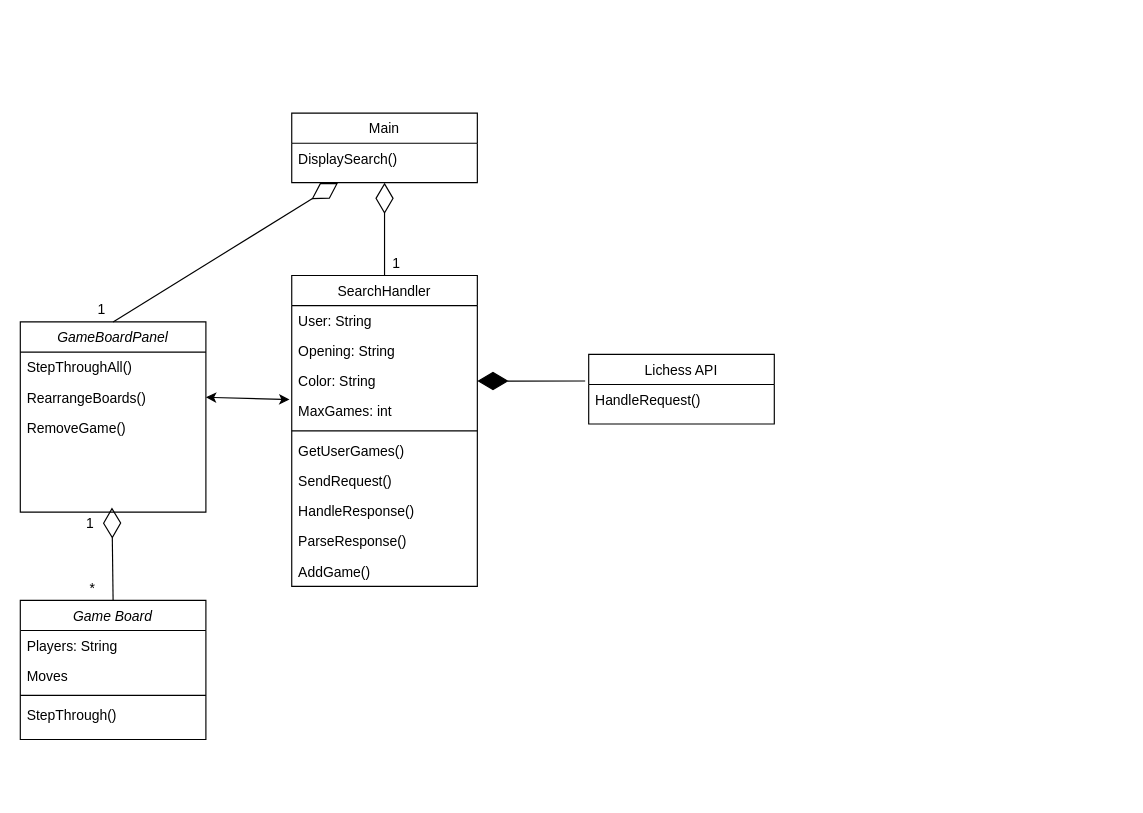
The draw.io diagram UML.drawio in CIS3296SoftwareDesignF21/Lichess-Multi-Board-Analysis-Tool, before the edit. Source tidied: cells renumbered, new cells numbered last; positions are measured from the earlier drawing's top-left corner, leaving out a move shared by most shapes. Both pictures are drawn from the tidied source at 116%, with x=0, y=0 at pixel (20, 113).
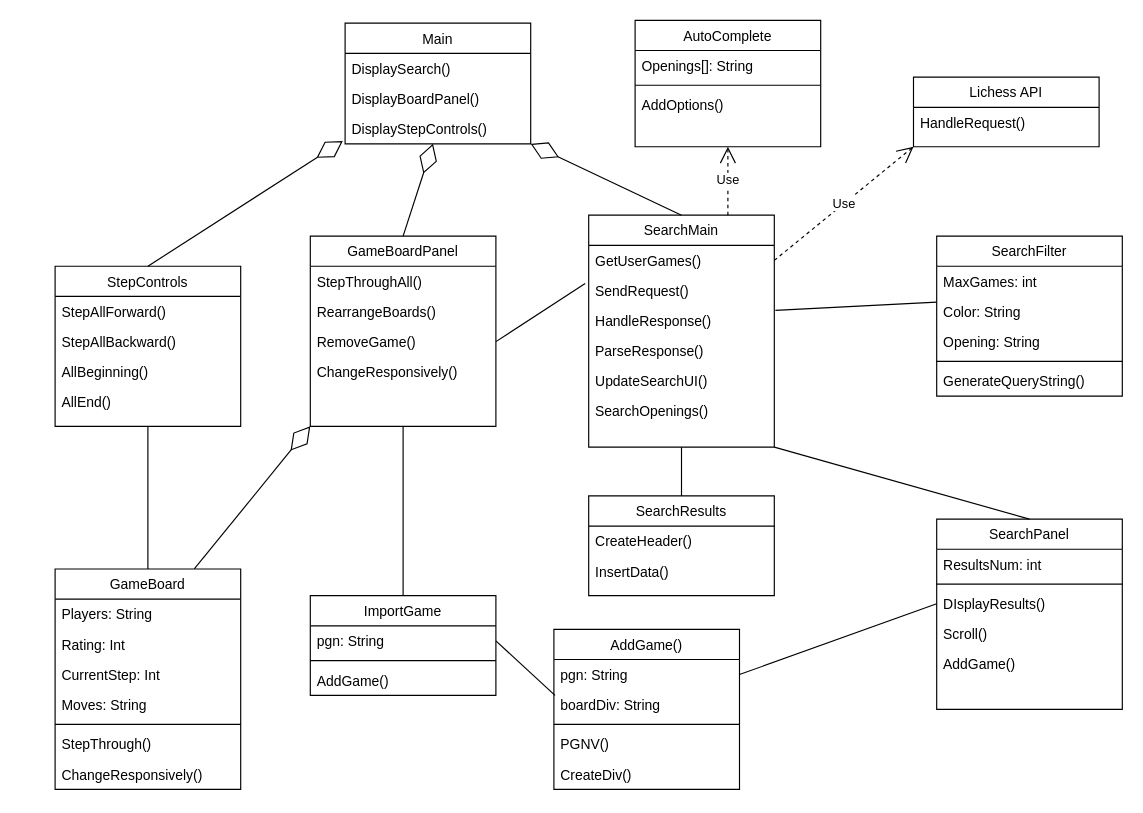
The same page after the edit.

The change refers to these unchanged cells:
```xml
<mxCell id="4" value="RearrangeBoards()" style="text;align=left;verticalAlign=top;spacingLeft=4;spacingRight=4;overflow=hidden;points=[[0,0.5],[1,0.5]];portConstraint=eastwest;" parent="2" vertex="1">
  <mxGeometry y="52" width="160" height="26" as="geometry" />
</mxCell>
<mxCell id="5" value="RemoveGame()" style="text;align=left;verticalAlign=top;spacingLeft=4;spacingRight=4;overflow=hidden;points=[[0,0.5],[1,0.5]];portConstraint=eastwest;" parent="2" vertex="1">
  <mxGeometry y="78" width="160" height="26" as="geometry" />
</mxCell>
```

Diff of the diagram source:
```diff
@@
-    <mxCell id="2" value="GameBoardPanel" style="swimlane;fontStyle=2;align=center;verticalAlign=top;horizontal=1;startSize=26;rounded=0;shadow=0;strokeWidth=1;" parent="1" vertex="1">
-      <mxGeometry y="180" width="160" height="164" as="geometry" />
+    <mxCell id="2" value="GameBoardPanel" style="swimlane;fontStyle=0;align=center;verticalAlign=top;horizontal=1;startSize=26;rounded=0;shadow=0;strokeWidth=1;" parent="1" vertex="1">
+      <mxGeometry x="250" y="106" width="160" height="164" as="geometry" />
     </mxCell>
@@
+    <mxCell id="35" value="ChangeResponsively()" style="text;align=left;verticalAlign=top;spacingLeft=4;spacingRight=4;overflow=hidden;" parent="2" vertex="1">
+      <mxGeometry y="104" width="160" height="26" as="geometry" />
+    </mxCell>
     <mxCell id="6" value="Main" style="swimlane;fontStyle=0;align=center;verticalAlign=top;horizontal=1;startSize=26;rounded=0;shadow=0;strokeWidth=1;" parent="1" vertex="1">
-      <mxGeometry x="234" width="160" height="60" as="geometry" />
+      <mxGeometry x="280" y="-77.5" width="160" height="104" as="geometry" />
     </mxCell>
@@
+    <mxCell id="36" value="DisplayBoardPanel()" style="text;align=left;verticalAlign=top;spacingLeft=4;spacingRight=4;overflow=hidden;" parent="6" vertex="1">
+      <mxGeometry y="52" width="160" height="26" as="geometry" />
+    </mxCell>
+    <mxCell id="37" value="DisplayStepControls()" style="text;align=left;verticalAlign=top;spacingLeft=4;spacingRight=4;overflow=hidden;points=[[0,0.5],[1,0.5]];portConstraint=eastwest;" parent="6" vertex="1">
+      <mxGeometry y="78" width="160" height="26" as="geometry" />
+    </mxCell>
-    <mxCell id="8" value="SearchHandler" style="swimlane;fontStyle=0;align=center;verticalAlign=top;horizontal=1;startSize=26;rounded=0;shadow=0;strokeWidth=1;" parent="1" vertex="1">
-      <mxGeometry x="234" y="140" width="160" height="268" as="geometry" />
+    <mxCell id="8" value="SearchMain" style="swimlane;fontStyle=0;align=center;verticalAlign=top;horizontal=1;startSize=26;rounded=0;shadow=0;strokeWidth=1;" parent="1" vertex="1">
+      <mxGeometry x="490" y="88" width="160" height="200" as="geometry" />
     </mxCell>
-    <mxCell id="9" value="User: String" style="text;align=left;verticalAlign=top;spacingLeft=4;spacingRight=4;overflow=hidden;" parent="8" vertex="1">
-      <mxGeometry y="26" width="160" height="26" as="geometry" />
-    </mxCell>
-    <mxCell id="10" value="Opening: String" style="text;align=left;verticalAlign=top;spacingLeft=4;spacingRight=4;overflow=hidden;rounded=0;shadow=0;html=0;" parent="8" vertex="1">
-      <mxGeometry y="52" width="160" height="26" as="geometry" />
-    </mxCell>
-    <mxCell id="11" value="Color: String" style="text;align=left;verticalAlign=top;spacingLeft=4;spacingRight=4;overflow=hidden;points=[[0,0.5],[1,0.5]];portConstraint=eastwest;rounded=0;shadow=0;html=0;" parent="8" vertex="1">
-      <mxGeometry y="78" width="160" height="26" as="geometry" />
-    </mxCell>
-    <mxCell id="12" value="MaxGames: int" style="text;align=left;verticalAlign=top;spacingLeft=4;spacingRight=4;overflow=hidden;points=[[0,0.5],[1,0.5]];portConstraint=eastwest;rounded=0;shadow=0;html=0;" parent="8" vertex="1">
-      <mxGeometry y="104" width="160" height="26" as="geometry" />
-    </mxCell>
-    <mxCell id="13" style="line;html=1;strokeWidth=1;align=left;verticalAlign=middle;spacingTop=-1;spacingLeft=3;spacingRight=3;labelPosition=right;" parent="8" vertex="1">
-      <mxGeometry y="130" width="160" height="8" as="geometry" />
-    </mxCell>
     <mxCell id="14" value="GetUserGames()" style="text;align=left;verticalAlign=top;spacingLeft=4;spacingRight=4;overflow=hidden;points=[[0,0.5],[1,0.5]];portConstraint=eastwest;" parent="8" vertex="1">
-      <mxGeometry y="138" width="160" height="26" as="geometry" />
+      <mxGeometry y="26" width="160" height="26" as="geometry" />
     </mxCell>
     <mxCell id="15" value="SendRequest()" style="text;align=left;verticalAlign=top;spacingLeft=4;spacingRight=4;overflow=hidden;points=[[0,0.5],[1,0.5]];portConstraint=eastwest;" parent="8" vertex="1">
-      <mxGeometry y="164" width="160" height="26" as="geometry" />
+      <mxGeometry y="52" width="160" height="26" as="geometry" />
     </mxCell>
     <mxCell id="16" value="HandleResponse()" style="text;align=left;verticalAlign=top;spacingLeft=4;spacingRight=4;overflow=hidden;points=[[0,0.5],[1,0.5]];portConstraint=eastwest;" parent="8" vertex="1">
-      <mxGeometry y="190" width="160" height="26" as="geometry" />
+      <mxGeometry y="78" width="160" height="26" as="geometry" />
     </mxCell>
     <mxCell id="17" value="ParseResponse()" style="text;align=left;verticalAlign=top;spacingLeft=4;spacingRight=4;overflow=hidden;" parent="8" vertex="1">
-      <mxGeometry y="216" width="160" height="26" as="geometry" />
+      <mxGeometry y="104" width="160" height="26" as="geometry" />
     </mxCell>
-    <mxCell id="18" value="AddGame()" style="text;align=left;verticalAlign=top;spacingLeft=4;spacingRight=4;overflow=hidden;" parent="8" vertex="1">
-      <mxGeometry y="242" width="160" height="26" as="geometry" />
-    </mxCell>
+    <mxCell id="38" value="UpdateSearchUI()" style="text;align=left;verticalAlign=top;spacingLeft=4;spacingRight=4;overflow=hidden;" parent="8" vertex="1">
+      <mxGeometry y="130" width="160" height="26" as="geometry" />
+    </mxCell>
+    <mxCell id="39" value="SearchOpenings()" style="text;align=left;verticalAlign=top;spacingLeft=4;spacingRight=4;overflow=hidden;" parent="8" vertex="1">
+      <mxGeometry y="156" width="160" height="26" as="geometry" />
+    </mxCell>
     <mxCell id="19" value="Lichess API" style="swimlane;fontStyle=0;align=center;verticalAlign=top;horizontal=1;startSize=26;rounded=0;shadow=0;strokeWidth=1;" parent="1" vertex="1">
-      <mxGeometry x="490" y="208" width="160" height="60" as="geometry" />
+      <mxGeometry x="770" y="-31" width="160" height="60" as="geometry" />
     </mxCell>
@@
-    <mxCell id="21" style="endArrow=diamondThin;endFill=1;endSize=24;html=1;exitX=-0.019;exitY=0.383;exitDx=0;exitDy=0;exitPerimeter=0;entryX=1;entryY=0.5;entryDx=0;entryDy=0;" parent="1" edge="1" source="19" target="11">
-      <mxGeometry relative="1" as="geometry" />
-    </mxCell>
-    <mxCell id="22" style="endArrow=diamondThin;endFill=0;endSize=24;html=1;entryX=0.5;entryY=1;entryDx=0;entryDy=0;exitX=0.5;exitY=0;exitDx=0;exitDy=0;" parent="1" edge="1" source="8" target="6">
+    <mxCell id="22" style="endArrow=diamondThin;endFill=0;endSize=24;html=1;entryX=1;entryY=1;entryDx=0;entryDy=0;exitX=0.5;exitY=0;exitDx=0;exitDy=0;" parent="1" edge="1" source="8" target="6">
       <mxGeometry relative="1" as="geometry" />
     </mxCell>
-    <mxCell id="23" style="endArrow=diamondThin;endFill=0;endSize=24;html=1;entryX=0.25;entryY=1;entryDx=0;entryDy=0;exitX=0.5;exitY=0;exitDx=0;exitDy=0;" parent="1" edge="1" source="2" target="6">
+    <mxCell id="23" style="endArrow=diamondThin;endFill=0;endSize=24;html=1;exitX=0.5;exitY=0;exitDx=0;exitDy=0;" parent="1" edge="1" source="2" target="37">
       <mxGeometry relative="1" as="geometry" />
     </mxCell>
+    <mxCell id="33" style="endArrow=diamondThin;endFill=0;endSize=24;html=1;exitX=0.75;exitY=0;exitDx=0;exitDy=0;startArrow=none;entryX=0;entryY=1;entryDx=0;entryDy=0;" parent="1" edge="1" source="24" target="2">
+      <mxGeometry relative="1" as="geometry" />
+    </mxCell>
+    <mxCell id="40" style="endArrow=none;html=1;rounded=0;entryX=-0.019;entryY=0.269;entryDx=0;entryDy=0;entryPerimeter=0;exitX=1;exitY=0.5;exitDx=0;exitDy=0;" parent="1" edge="1" source="5" target="15">
+      <mxGeometry relative="1" as="geometry" />
+    </mxCell>
+    <mxCell id="41" value="SearchPanel" style="swimlane;fontStyle=0;align=center;verticalAlign=top;horizontal=1;startSize=26;rounded=0;shadow=0;strokeWidth=1;" parent="1" vertex="1">
+      <mxGeometry x="790" y="350" width="160" height="164" as="geometry" />
+    </mxCell>
+    <mxCell id="42" value="ResultsNum: int" style="text;align=left;verticalAlign=top;spacingLeft=4;spacingRight=4;overflow=hidden;rounded=0;shadow=0;html=0;" parent="41" vertex="1">
+      <mxGeometry y="26" width="160" height="26" as="geometry" />
+    </mxCell>
+    <mxCell id="43" style="line;html=1;strokeWidth=1;align=left;verticalAlign=middle;spacingTop=-1;spacingLeft=3;spacingRight=3;labelPosition=right;" parent="41" vertex="1">
+      <mxGeometry y="52" width="160" height="8" as="geometry" />
+    </mxCell>
+    <mxCell id="44" value="DIsplayResults()" style="text;align=left;verticalAlign=top;spacingLeft=4;spacingRight=4;overflow=hidden;points=[[0,0.5],[1,0.5]];portConstraint=eastwest;" parent="41" vertex="1">
+      <mxGeometry y="60" width="160" height="26" as="geometry" />
+    </mxCell>
+    <mxCell id="45" value="Scroll()" style="text;align=left;verticalAlign=top;spacingLeft=4;spacingRight=4;overflow=hidden;" parent="41" vertex="1">
+      <mxGeometry y="86" width="160" height="26" as="geometry" />
+    </mxCell>
+    <mxCell id="46" value="AddGame()" style="text;align=left;verticalAlign=top;spacingLeft=4;spacingRight=4;overflow=hidden;" parent="41" vertex="1">
+      <mxGeometry y="112" width="160" height="26" as="geometry" />
+    </mxCell>
+    <mxCell id="47" value="SearchFilter" style="swimlane;fontStyle=0;align=center;verticalAlign=top;horizontal=1;startSize=26;rounded=0;shadow=0;strokeWidth=1;" parent="1" vertex="1">
+      <mxGeometry x="790" y="106" width="160" height="138" as="geometry" />
+    </mxCell>
+    <mxCell id="12" value="MaxGames: int" style="text;align=left;verticalAlign=top;spacingLeft=4;spacingRight=4;overflow=hidden;points=[[0,0.5],[1,0.5]];portConstraint=eastwest;rounded=0;shadow=0;html=0;" parent="47" vertex="1">
+      <mxGeometry y="26" width="160" height="26" as="geometry" />
+    </mxCell>
+    <mxCell id="11" value="Color: String" style="text;align=left;verticalAlign=top;spacingLeft=4;spacingRight=4;overflow=hidden;points=[[0,0.5],[1,0.5]];portConstraint=eastwest;rounded=0;shadow=0;html=0;" parent="47" vertex="1">
+      <mxGeometry y="52" width="160" height="26" as="geometry" />
+    </mxCell>
+    <mxCell id="10" value="Opening: String" style="text;align=left;verticalAlign=top;spacingLeft=4;spacingRight=4;overflow=hidden;rounded=0;shadow=0;html=0;" parent="47" vertex="1">
+      <mxGeometry y="78" width="160" height="26" as="geometry" />
+    </mxCell>
+    <mxCell id="48" style="line;html=1;strokeWidth=1;align=left;verticalAlign=middle;spacingTop=-1;spacingLeft=3;spacingRight=3;labelPosition=right;" parent="47" vertex="1">
+      <mxGeometry y="104" width="160" height="8" as="geometry" />
+    </mxCell>
+    <mxCell id="49" value="GenerateQueryString()" style="text;align=left;verticalAlign=top;spacingLeft=4;spacingRight=4;overflow=hidden;" parent="47" vertex="1">
+      <mxGeometry y="112" width="160" height="26" as="geometry" />
+    </mxCell>
+    <mxCell id="50" value="Use" style="endArrow=open;endSize=12;dashed=1;html=1;rounded=0;exitX=1;exitY=0.5;exitDx=0;exitDy=0;entryX=0;entryY=1;entryDx=0;entryDy=0;" parent="1" edge="1" source="14" target="19">
+      <mxGeometry relative="1" as="geometry" />
+    </mxCell>
+    <mxCell id="51" style="endArrow=none;html=1;rounded=0;entryX=0;entryY=1.192;entryDx=0;entryDy=0;exitX=1.006;exitY=0.154;exitDx=0;exitDy=0;exitPerimeter=0;entryPerimeter=0;" parent="1" edge="1" source="16" target="12">
+      <mxGeometry relative="1" as="geometry" />
+    </mxCell>
+    <mxCell id="52" style="endArrow=none;html=1;rounded=0;entryX=1;entryY=1;entryDx=0;entryDy=0;exitX=0.5;exitY=0;exitDx=0;exitDy=0;" parent="1" edge="1" source="41" target="8">
+      <mxGeometry relative="1" as="geometry" />
+    </mxCell>
-    <mxCell id="24" value="Game Board" style="swimlane;fontStyle=2;align=center;verticalAlign=top;horizontal=1;startSize=26;rounded=0;shadow=0;strokeWidth=1;" parent="1" vertex="1">
-      <mxGeometry y="420" width="160" height="120" as="geometry" />
+    <mxCell id="24" value="GameBoard" style="swimlane;fontStyle=0;align=center;verticalAlign=top;horizontal=1;startSize=26;rounded=0;shadow=0;strokeWidth=1;" parent="1" vertex="1">
+      <mxGeometry x="30" y="393" width="160" height="190" as="geometry" />
     </mxCell>
@@
+    <mxCell id="53" value="Rating: Int" style="text;align=left;verticalAlign=top;spacingLeft=4;spacingRight=4;overflow=hidden;" parent="24" vertex="1">
+      <mxGeometry y="52" width="160" height="26" as="geometry" />
+    </mxCell>
+    <mxCell id="54" value="CurrentStep: Int" style="text;align=left;verticalAlign=top;spacingLeft=4;spacingRight=4;overflow=hidden;rounded=0;shadow=0;html=0;" parent="24" vertex="1">
+      <mxGeometry y="78" width="160" height="26" as="geometry" />
+    </mxCell>
-    <mxCell id="26" value="Moves" style="text;align=left;verticalAlign=top;spacingLeft=4;spacingRight=4;overflow=hidden;rounded=0;shadow=0;html=0;" parent="24" vertex="1">
-      <mxGeometry y="52" width="160" height="26" as="geometry" />
+    <mxCell id="26" value="Moves: String" style="text;align=left;verticalAlign=top;spacingLeft=4;spacingRight=4;overflow=hidden;rounded=0;shadow=0;html=0;" parent="24" vertex="1">
+      <mxGeometry y="104" width="160" height="26" as="geometry" />
     </mxCell>
     <mxCell id="27" style="line;html=1;strokeWidth=1;align=left;verticalAlign=middle;spacingTop=-1;spacingLeft=3;spacingRight=3;labelPosition=right;" parent="24" vertex="1">
-      <mxGeometry y="78" width="160" height="8" as="geometry" />
+      <mxGeometry y="130" width="160" height="8" as="geometry" />
     </mxCell>
     <mxCell id="28" value="StepThrough()" style="text;align=left;verticalAlign=top;spacingLeft=4;spacingRight=4;overflow=hidden;" parent="24" vertex="1">
-      <mxGeometry y="86" width="160" height="26" as="geometry" />
+      <mxGeometry y="138" width="160" height="26" as="geometry" />
     </mxCell>
-    <mxCell id="29" value="1" style="text;html=1;align=center;verticalAlign=middle;strokeColor=none;fillColor=none;" parent="1" vertex="1">
-      <mxGeometry x="50" y="344" width="20" height="20" as="geometry" />
-    </mxCell>
-    <mxCell id="30" value="1" style="text;html=1;align=center;verticalAlign=middle;strokeColor=none;fillColor=none;" parent="1" vertex="1">
-      <mxGeometry x="314" y="120" width="20" height="20" as="geometry" />
-    </mxCell>
-    <mxCell id="31" value="1" style="text;html=1;align=center;verticalAlign=middle;strokeColor=none;fillColor=none;" parent="1" vertex="1">
-      <mxGeometry x="60" y="160" width="20" height="20" as="geometry" />
-    </mxCell>
-    <mxCell id="32" value="*" style="text;html=1;align=center;verticalAlign=middle;strokeColor=none;fillColor=none;" parent="1" vertex="1">
-      <mxGeometry x="52" y="400" width="20" height="20" as="geometry" />
-    </mxCell>
-    <mxCell id="33" style="endArrow=diamondThin;endFill=0;endSize=24;html=1;exitX=0.5;exitY=0;exitDx=0;exitDy=0;" parent="1" edge="1">
-      <mxGeometry relative="1" as="geometry">
-        <mxPoint x="80" y="420" as="sourcePoint" />
-        <mxPoint x="79" y="340" as="targetPoint" />
-      </mxGeometry>
-    </mxCell>
-    <mxCell id="34" style="endArrow=classic;startArrow=classic;html=1;exitX=1;exitY=0.5;exitDx=0;exitDy=0;entryX=-0.012;entryY=0.115;entryDx=0;entryDy=0;entryPerimeter=0;" parent="1" edge="1" source="4" target="12">
-      <mxGeometry relative="1" as="geometry" />
-    </mxCell>
+    <mxCell id="55" value="ChangeResponsively()" style="text;align=left;verticalAlign=top;spacingLeft=4;spacingRight=4;overflow=hidden;" parent="24" vertex="1">
+      <mxGeometry y="164" width="160" height="26" as="geometry" />
+    </mxCell>
+    <mxCell id="56" value="SearchResults" style="swimlane;fontStyle=0;align=center;verticalAlign=top;horizontal=1;startSize=26;rounded=0;shadow=0;strokeWidth=1;" parent="1" vertex="1">
+      <mxGeometry x="490" y="330" width="160" height="86" as="geometry" />
+    </mxCell>
+    <mxCell id="57" value="CreateHeader()" style="text;align=left;verticalAlign=top;spacingLeft=4;spacingRight=4;overflow=hidden;" parent="56" vertex="1">
+      <mxGeometry y="26" width="160" height="26" as="geometry" />
+    </mxCell>
+    <mxCell id="58" value="InsertData()" style="text;align=left;verticalAlign=top;spacingLeft=4;spacingRight=4;overflow=hidden;" parent="56" vertex="1">
+      <mxGeometry y="52" width="160" height="26" as="geometry" />
+    </mxCell>
+    <mxCell id="59" style="endArrow=none;html=1;rounded=0;entryX=0.5;entryY=1;entryDx=0;entryDy=0;exitX=0.5;exitY=0;exitDx=0;exitDy=0;" parent="1" edge="1" source="56" target="8">
+      <mxGeometry relative="1" as="geometry" />
+    </mxCell>
+    <mxCell id="60" value="ImportGame" style="swimlane;fontStyle=0;align=center;verticalAlign=top;horizontal=1;startSize=26;rounded=0;shadow=0;strokeWidth=1;" parent="1" vertex="1">
+      <mxGeometry x="250" y="416" width="160" height="86" as="geometry" />
+    </mxCell>
+    <mxCell id="61" value="pgn: String" style="text;align=left;verticalAlign=top;spacingLeft=4;spacingRight=4;overflow=hidden;points=[[0,0.5],[1,0.5]];portConstraint=eastwest;" parent="60" vertex="1">
+      <mxGeometry y="26" width="160" height="26" as="geometry" />
+    </mxCell>
+    <mxCell id="62" style="line;html=1;strokeWidth=1;align=left;verticalAlign=middle;spacingTop=-1;spacingLeft=3;spacingRight=3;labelPosition=right;" parent="60" vertex="1">
+      <mxGeometry y="52" width="160" height="8" as="geometry" />
+    </mxCell>
+    <mxCell id="63" value="AddGame()" style="text;align=left;verticalAlign=top;spacingLeft=4;spacingRight=4;overflow=hidden;" parent="60" vertex="1">
+      <mxGeometry y="60" width="160" height="26" as="geometry" />
+    </mxCell>
+    <mxCell id="64" style="endArrow=none;html=1;rounded=0;entryX=0.5;entryY=1;entryDx=0;entryDy=0;exitX=0.5;exitY=0;exitDx=0;exitDy=0;" parent="1" edge="1" source="60" target="2">
+      <mxGeometry relative="1" as="geometry" />
+    </mxCell>
+    <mxCell id="65" value="AutoComplete&#10;" style="swimlane;fontStyle=0;align=center;verticalAlign=top;horizontal=1;startSize=26;rounded=0;shadow=0;strokeWidth=1;" parent="1" vertex="1">
+      <mxGeometry x="530" y="-80" width="160" height="109" as="geometry" />
+    </mxCell>
+    <mxCell id="66" value="Openings[]: String" style="text;align=left;verticalAlign=top;spacingLeft=4;spacingRight=4;overflow=hidden;" parent="65" vertex="1">
+      <mxGeometry y="26" width="160" height="26" as="geometry" />
+    </mxCell>
+    <mxCell id="67" style="line;html=1;strokeWidth=1;align=left;verticalAlign=middle;spacingTop=-1;spacingLeft=3;spacingRight=3;labelPosition=right;" parent="65" vertex="1">
+      <mxGeometry y="52" width="160" height="8" as="geometry" />
+    </mxCell>
+    <mxCell id="68" value="AddOptions()" style="text;align=left;verticalAlign=top;spacingLeft=4;spacingRight=4;overflow=hidden;" parent="65" vertex="1">
+      <mxGeometry y="60" width="160" height="26" as="geometry" />
+    </mxCell>
+    <mxCell id="69" value="Use" style="endArrow=open;endSize=12;dashed=1;html=1;rounded=0;exitX=0.75;exitY=0;exitDx=0;exitDy=0;entryX=0.5;entryY=1;entryDx=0;entryDy=0;" parent="1" edge="1" source="8" target="65">
+      <mxGeometry relative="1" as="geometry" />
+    </mxCell>
+    <mxCell id="70" value="AddGame()" style="swimlane;fontStyle=0;align=center;verticalAlign=top;horizontal=1;startSize=26;rounded=0;shadow=0;strokeWidth=1;" parent="1" vertex="1">
+      <mxGeometry x="460" y="445" width="160" height="138" as="geometry" />
+    </mxCell>
+    <mxCell id="71" value="pgn: String" style="text;align=left;verticalAlign=top;spacingLeft=4;spacingRight=4;overflow=hidden;points=[[0,0.5],[1,0.5]];portConstraint=eastwest;" parent="70" vertex="1">
+      <mxGeometry y="26" width="160" height="26" as="geometry" />
+    </mxCell>
+    <mxCell id="72" value="boardDiv: String" style="text;align=left;verticalAlign=top;spacingLeft=4;spacingRight=4;overflow=hidden;" parent="70" vertex="1">
+      <mxGeometry y="52" width="160" height="26" as="geometry" />
+    </mxCell>
+    <mxCell id="73" style="line;html=1;strokeWidth=1;align=left;verticalAlign=middle;spacingTop=-1;spacingLeft=3;spacingRight=3;labelPosition=right;" parent="70" vertex="1">
+      <mxGeometry y="78" width="160" height="8" as="geometry" />
+    </mxCell>
+    <mxCell id="74" value="PGNV()" style="text;align=left;verticalAlign=top;spacingLeft=4;spacingRight=4;overflow=hidden;" parent="70" vertex="1">
+      <mxGeometry y="86" width="160" height="26" as="geometry" />
+    </mxCell>
+    <mxCell id="75" value="CreateDiv()" style="text;align=left;verticalAlign=top;spacingLeft=4;spacingRight=4;overflow=hidden;" parent="70" vertex="1">
+      <mxGeometry y="112" width="160" height="26" as="geometry" />
+    </mxCell>
+    <mxCell id="76" style="endArrow=none;html=1;rounded=0;entryX=0;entryY=0.5;entryDx=0;entryDy=0;exitX=1;exitY=0.5;exitDx=0;exitDy=0;" parent="1" edge="1" source="71" target="44">
+      <mxGeometry relative="1" as="geometry" />
+    </mxCell>
+    <mxCell id="77" style="endArrow=none;html=1;rounded=0;entryX=0.006;entryY=1.192;entryDx=0;entryDy=0;exitX=1;exitY=0.5;exitDx=0;exitDy=0;entryPerimeter=0;" parent="1" edge="1" source="61" target="71">
+      <mxGeometry relative="1" as="geometry" />
+    </mxCell>
+    <mxCell id="78" value="StepControls" style="swimlane;fontStyle=0;align=center;verticalAlign=top;horizontal=1;startSize=26;rounded=0;shadow=0;strokeWidth=1;" parent="1" vertex="1">
+      <mxGeometry x="30" y="132" width="160" height="138" as="geometry" />
+    </mxCell>
+    <mxCell id="79" value="StepAllForward()" style="text;align=left;verticalAlign=top;spacingLeft=4;spacingRight=4;overflow=hidden;" parent="78" vertex="1">
+      <mxGeometry y="26" width="160" height="26" as="geometry" />
+    </mxCell>
+    <mxCell id="80" value="StepAllBackward()" style="text;align=left;verticalAlign=top;spacingLeft=4;spacingRight=4;overflow=hidden;" parent="78" vertex="1">
+      <mxGeometry y="52" width="160" height="26" as="geometry" />
+    </mxCell>
+    <mxCell id="81" value="AllBeginning()" style="text;align=left;verticalAlign=top;spacingLeft=4;spacingRight=4;overflow=hidden;" parent="78" vertex="1">
+      <mxGeometry y="78" width="160" height="26" as="geometry" />
+    </mxCell>
+    <mxCell id="82" value="AllEnd()" style="text;align=left;verticalAlign=top;spacingLeft=4;spacingRight=4;overflow=hidden;" parent="78" vertex="1">
+      <mxGeometry y="104" width="160" height="26" as="geometry" />
+    </mxCell>
+    <mxCell id="83" style="endArrow=diamondThin;endFill=0;endSize=24;html=1;entryX=-0.012;entryY=0.904;entryDx=0;entryDy=0;exitX=0.5;exitY=0;exitDx=0;exitDy=0;entryPerimeter=0;" parent="1" edge="1" source="78" target="37">
+      <mxGeometry relative="1" as="geometry" />
+    </mxCell>
+    <mxCell id="84" style="endArrow=none;html=1;rounded=0;entryX=0.5;entryY=1;entryDx=0;entryDy=0;exitX=0.5;exitY=0;exitDx=0;exitDy=0;" parent="1" edge="1" source="24" target="78">
+      <mxGeometry relative="1" as="geometry" />
+    </mxCell>
```
